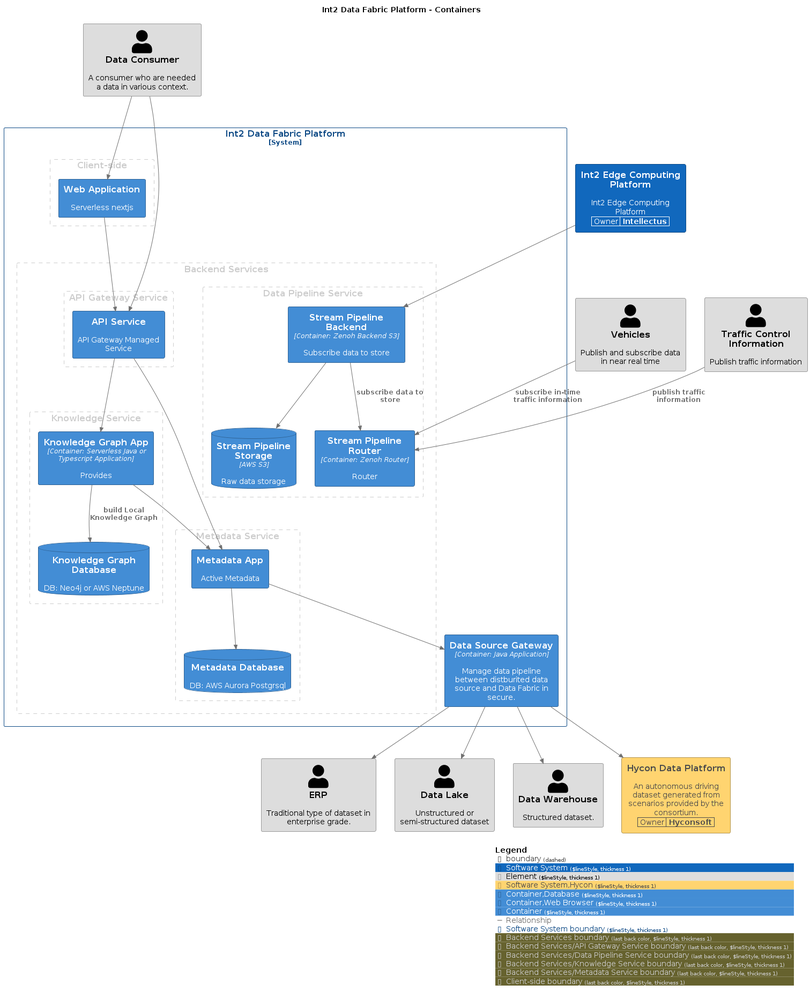
IntellectusCorp/edge-solution-docs keeps this PlantUML diagram as master/png/Containers.png. Above is the earlier version.
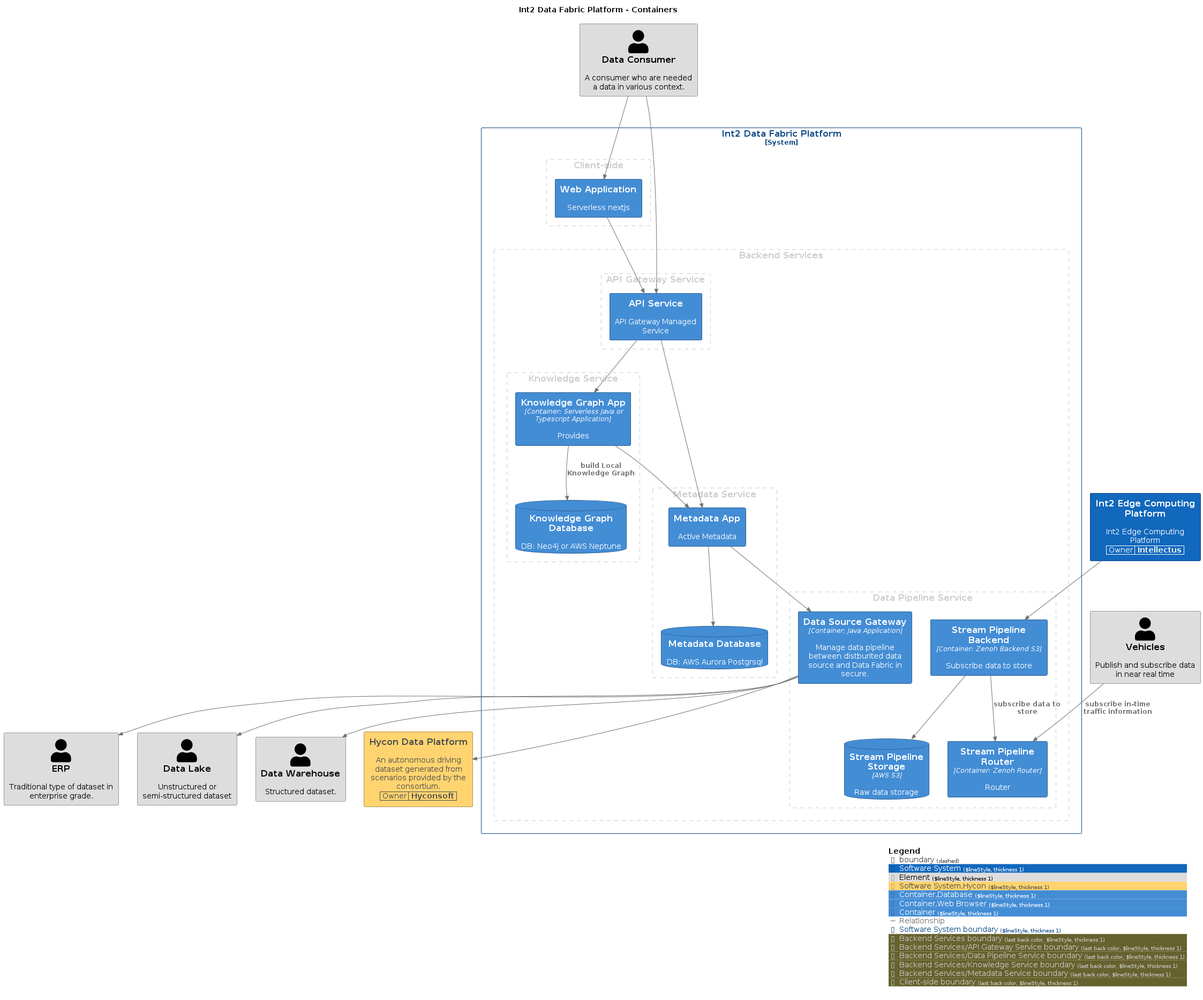
The same diagram one commit later.

What changed in the source:
```diff
@@ -24,7 +24,6 @@
 Person(DataLake, "Data Lake", $descr="Unstructured or semi-structured dataset", $tags="Element", $link="")
 Person(DataWarehouse, "Data Warehouse", $descr="Structured dataset.", $tags="Element", $link="")
 Person(Vehicles, "Vehicles", $descr="Publish and subscribe data in near real time", $tags="Element", $link="")
-Person(TrafficControlInformation, "Traffic Control Information", $descr="Publish traffic information", $tags="Element", $link="")
 WithoutPropertyHeader()
 AddProperty("Owner","Hyconsoft")
 System(HyconDataPlatform, "Hycon Data Platform", $descr="An autonomous driving dataset generated from scenarios provided by the consortium.", $tags="Software System,Hycon", $link="")
@@ -45,6 +44,7 @@
         Container(Int2DataFabricPlatform.StreamPipelineBackend, "Stream Pipeline Backend", $techn="Container: Zenoh Backend S3", $descr="Subscribe data to store", $tags="Container", $link="")
         Container(Int2DataFabricPlatform.StreamPipelineRouter, "Stream Pipeline Router", $techn="Container: Zenoh Router", $descr="Router", $tags="Container", $link="")
         ContainerDb(Int2DataFabricPlatform.StreamPipelineStorage, "Stream Pipeline Storage", $techn="AWS S3", $descr="Raw data storage", $tags="Container,Database", $link="")
+        Container(Int2DataFabricPlatform.DataSourceGateway, "Data Source Gateway", $techn="Container: Java Application", $descr="Manage data pipeline between distburited data source and Data Fabric in secure.", $tags="Container", $link="")
       }
 
       AddBoundaryTag("Backend Services/Knowledge Service", $borderColor="#cccccc", $fontColor="#cccccc", $borderStyle="Dashed", $borderThickness="1")
@@ -66,12 +66,10 @@
     Container(Int2DataFabricPlatform.WebApplication, "Web Application", $techn="", $descr="Serverless nextjs", $tags="Container,Web Browser", $link="")
   }
 
-  Container(Int2DataFabricPlatform.DataSourceGateway, "Data Source Gateway", $techn="Container: Java Application", $descr="Manage data pipeline between distburited data source and Data Fabric in secure.", $tags="Container", $link="")
 }
 
 Rel(Int2DataFabricPlatform.StreamPipelineBackend, Int2DataFabricPlatform.StreamPipelineRouter, "subscribe data to store", $techn="", $tags="Relationship", $link="")
 Rel(Int2DataFabricPlatform.StreamPipelineBackend, Int2DataFabricPlatform.StreamPipelineStorage, "", $techn="", $tags="Relationship", $link="")
-Rel(TrafficControlInformation, Int2DataFabricPlatform.StreamPipelineRouter, "publish traffic information", $techn="", $tags="Relationship", $link="")
 Rel(Int2EdgeComputingPlatform, Int2DataFabricPlatform.StreamPipelineBackend, "", $techn="", $tags="Relationship", $link="")
 Rel(Int2DataFabricPlatform.DataSourceGateway, HyconDataPlatform, "", $techn="", $tags="Relationship", $link="")
 Rel(DataConsumer, Int2DataFabricPlatform.APIService, "", $techn="", $tags="Relationship", $link="")
```
